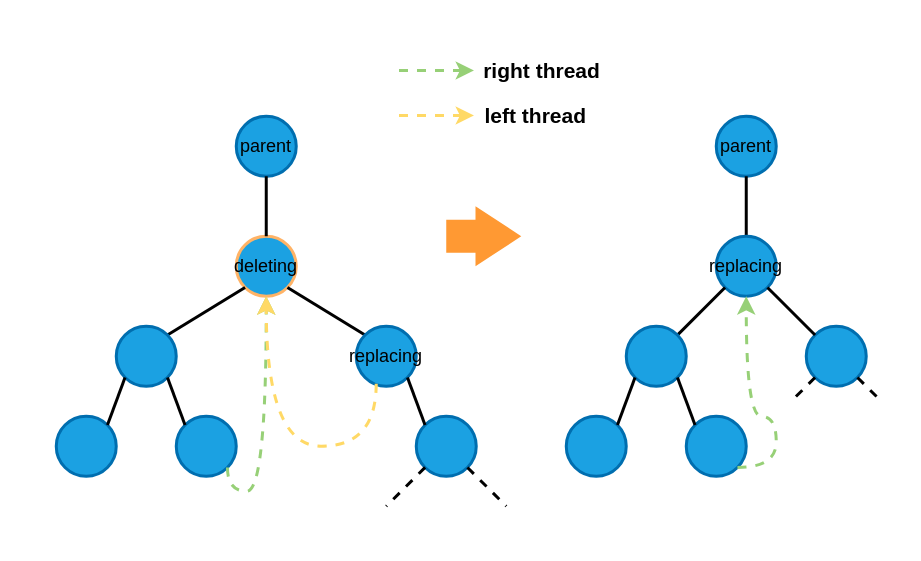
Earlier version of the draw.io diagram page "two_children_1" (3 of 5) of diagrams/double_tbst_delete.drawio (burpeesDaily/forest-python). Source tidied: cells renumbered, new cells numbered last; positions are measured from the earlier drawing's top-left corner, leaving out a move shared by most shapes. Both pictures are drawn from the tidied source at 150%, with x=0, y=0 at pixel (26, 26).
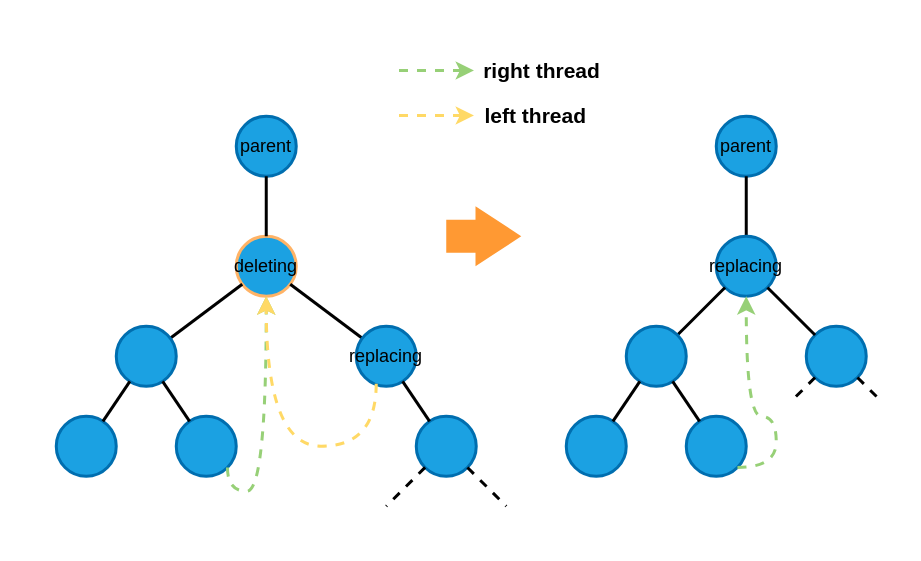
The same diagram, later.

Unchanged cells that the change refers to:
```xml
<mxCell id="4" value="&lt;font color=&quot;#000000&quot;&gt;deleting&lt;/font&gt;" style="ellipse;whiteSpace=wrap;html=1;strokeColor=#FFB366;strokeWidth=2;fillColor=#1ba1e2;fontColor=#ffffff;" parent="1" vertex="1">
  <mxGeometry x="140" y="140" width="40" height="40" as="geometry" />
</mxCell>
<mxCell id="8" value="&lt;font color=&quot;#000000&quot;&gt;replacing&lt;/font&gt;" style="ellipse;whiteSpace=wrap;html=1;strokeColor=#006EAF;strokeWidth=2;fillColor=#1ba1e2;fontColor=#ffffff;direction=south;" parent="1" vertex="1">
  <mxGeometry x="220" y="200" width="40" height="40" as="geometry" />
</mxCell>
<mxCell id="10" style="ellipse;whiteSpace=wrap;html=1;strokeColor=#006EAF;strokeWidth=2;fillColor=#1ba1e2;fontColor=#ffffff;direction=south;" parent="1" vertex="1">
  <mxGeometry x="60" y="200" width="40" height="40" as="geometry" />
</mxCell>
<mxCell id="11" style="ellipse;whiteSpace=wrap;html=1;strokeColor=#006EAF;strokeWidth=2;fillColor=#1ba1e2;fontColor=#ffffff;direction=south;" parent="1" vertex="1">
  <mxGeometry x="20" y="260" width="40" height="40" as="geometry" />
</mxCell>
<mxCell id="12" style="ellipse;whiteSpace=wrap;html=1;strokeColor=#006EAF;strokeWidth=2;fillColor=#1ba1e2;fontColor=#ffffff;direction=south;" parent="1" vertex="1">
  <mxGeometry x="100" y="260" width="40" height="40" as="geometry" />
</mxCell>
<mxCell id="13" style="ellipse;whiteSpace=wrap;html=1;strokeColor=#006EAF;strokeWidth=2;fillColor=#1ba1e2;fontColor=#ffffff;direction=south;" parent="1" vertex="1">
  <mxGeometry x="260" y="260" width="40" height="40" as="geometry" />
</mxCell>
<mxCell id="20" value="&lt;font color=&quot;#000000&quot;&gt;replacing&lt;/font&gt;" style="ellipse;whiteSpace=wrap;html=1;strokeColor=#006EAF;strokeWidth=2;fillColor=#1ba1e2;fontColor=#ffffff;direction=south;" parent="1" vertex="1">
  <mxGeometry x="460" y="140" width="40" height="40" as="geometry" />
</mxCell>
<mxCell id="22" style="ellipse;whiteSpace=wrap;html=1;strokeColor=#006EAF;strokeWidth=2;fillColor=#1ba1e2;fontColor=#ffffff;direction=south;" parent="1" vertex="1">
  <mxGeometry x="400" y="200" width="40" height="40" as="geometry" />
</mxCell>
<mxCell id="23" style="ellipse;whiteSpace=wrap;html=1;strokeColor=#006EAF;strokeWidth=2;fillColor=#1ba1e2;fontColor=#ffffff;direction=south;" parent="1" vertex="1">
  <mxGeometry x="360" y="260" width="40" height="40" as="geometry" />
</mxCell>
<mxCell id="24" style="ellipse;whiteSpace=wrap;html=1;strokeColor=#006EAF;strokeWidth=2;fillColor=#1ba1e2;fontColor=#ffffff;direction=south;" parent="1" vertex="1">
  <mxGeometry x="440" y="260" width="40" height="40" as="geometry" />
</mxCell>
<mxCell id="25" style="ellipse;whiteSpace=wrap;html=1;strokeColor=#006EAF;strokeWidth=2;fillColor=#1ba1e2;fontColor=#ffffff;direction=south;" parent="1" vertex="1">
  <mxGeometry x="520" y="200" width="40" height="40" as="geometry" />
</mxCell>
```

The edit, as a diff of the source:
```diff
@@
-    <mxCell id="6" style="endArrow=none;html=1;strokeColor=#000000;strokeWidth=2;entryX=1;entryY=1;entryDx=0;entryDy=0;exitX=0;exitY=1;exitDx=0;exitDy=0;" parent="1" edge="1" source="8" target="4">
+    <mxCell id="6" style="endArrow=none;html=1;strokeColor=#000000;strokeWidth=2;" parent="1" edge="1" source="8" target="4">
       <mxGeometry relative="1" as="geometry" />
     </mxCell>
@@
-    <mxCell id="9" style="endArrow=none;html=1;strokeColor=#000000;strokeWidth=2;entryX=0;entryY=1;entryDx=0;entryDy=0;exitX=0;exitY=0;exitDx=0;exitDy=0;" parent="1" edge="1" source="10" target="4">
+    <mxCell id="9" style="endArrow=none;html=1;strokeColor=#000000;strokeWidth=2;" parent="1" edge="1" source="10" target="4">
       <mxGeometry relative="1" as="geometry" />
     </mxCell>
@@
-    <mxCell id="14" style="endArrow=none;html=1;strokeColor=#000000;strokeWidth=2;entryX=0;entryY=1;entryDx=0;entryDy=0;exitX=1;exitY=0;exitDx=0;exitDy=0;" parent="1" edge="1" source="8" target="13">
+    <mxCell id="14" style="endArrow=none;html=1;strokeColor=#000000;strokeWidth=2;" parent="1" edge="1" source="8" target="13">
       <mxGeometry relative="1" as="geometry" />
     </mxCell>
-    <mxCell id="15" style="endArrow=none;html=1;strokeColor=#000000;strokeWidth=2;entryX=0;entryY=0;entryDx=0;entryDy=0;exitX=1;exitY=1;exitDx=0;exitDy=0;" parent="1" edge="1" source="10" target="11">
+    <mxCell id="15" style="endArrow=none;html=1;strokeColor=#000000;strokeWidth=2;" parent="1" edge="1" source="10" target="11">
       <mxGeometry relative="1" as="geometry" />
     </mxCell>
-    <mxCell id="16" style="endArrow=none;html=1;strokeColor=#000000;strokeWidth=2;entryX=0;entryY=1;entryDx=0;entryDy=0;exitX=1;exitY=0;exitDx=0;exitDy=0;" parent="1" edge="1" source="10" target="12">
+    <mxCell id="16" style="endArrow=none;html=1;strokeColor=#000000;strokeWidth=2;" parent="1" edge="1" source="10" target="12">
       <mxGeometry relative="1" as="geometry" />
     </mxCell>
@@
-    <mxCell id="21" style="endArrow=none;html=1;strokeColor=#000000;strokeWidth=2;entryX=1;entryY=1;entryDx=0;entryDy=0;exitX=1;exitY=0;exitDx=0;exitDy=0;" parent="1" edge="1" target="20">
-      <mxGeometry relative="1" as="geometry">
-        <mxPoint x="434.1" y="205.9" as="sourcePoint" />
-      </mxGeometry>
+    <mxCell id="21" style="endArrow=none;html=1;strokeColor=#000000;strokeWidth=2;" parent="1" edge="1" source="22" target="20">
+      <mxGeometry relative="1" as="geometry" />
     </mxCell>
@@
-    <mxCell id="26" style="endArrow=none;html=1;strokeColor=#000000;strokeWidth=2;entryX=0;entryY=1;entryDx=0;entryDy=0;exitX=1;exitY=0;exitDx=0;exitDy=0;" parent="1" edge="1" source="20" target="25">
+    <mxCell id="26" style="endArrow=none;html=1;strokeColor=#000000;strokeWidth=2;" parent="1" edge="1" source="20" target="25">
       <mxGeometry relative="1" as="geometry" />
     </mxCell>
-    <mxCell id="27" style="endArrow=none;html=1;strokeColor=#000000;strokeWidth=2;entryX=0;entryY=0;entryDx=0;entryDy=0;exitX=1;exitY=1;exitDx=0;exitDy=0;" parent="1" edge="1" source="22" target="23">
+    <mxCell id="27" style="endArrow=none;html=1;strokeColor=#000000;strokeWidth=2;" parent="1" edge="1" source="22" target="23">
       <mxGeometry relative="1" as="geometry" />
     </mxCell>
-    <mxCell id="28" style="endArrow=none;html=1;strokeColor=#000000;strokeWidth=2;entryX=0;entryY=1;entryDx=0;entryDy=0;exitX=1;exitY=0;exitDx=0;exitDy=0;" parent="1" edge="1" source="22" target="24">
+    <mxCell id="28" style="endArrow=none;html=1;strokeColor=#000000;strokeWidth=2;" parent="1" edge="1" source="22" target="24">
       <mxGeometry relative="1" as="geometry" />
     </mxCell>
```
